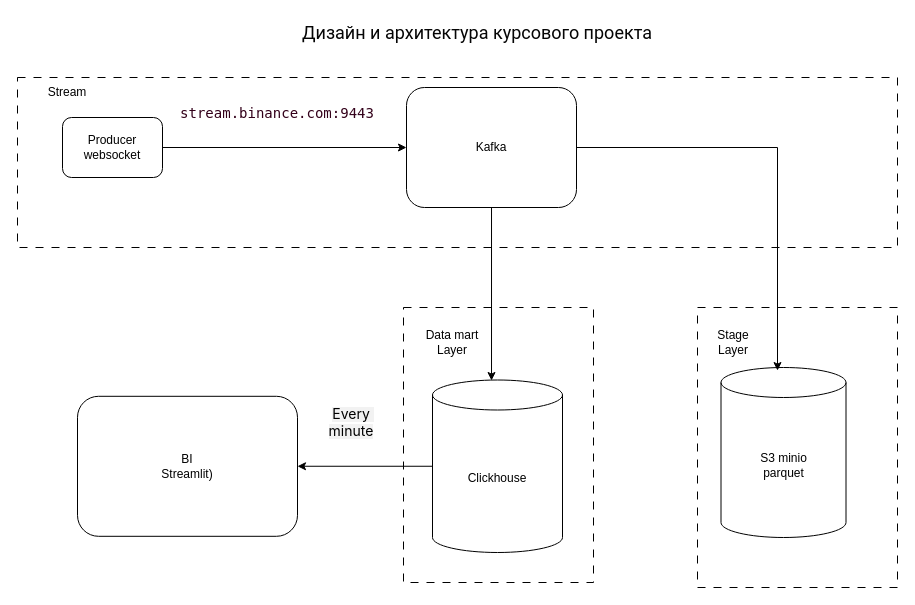
This is docs/arhitecture.drawio from netart-studio/otus_de_project, a draw.io file, before an edit. Source tidied: cells renumbered, new cells numbered last; positions are measured from the earlier drawing's top-left corner, leaving out a move shared by most shapes. Both pictures are drawn from the tidied source at 100%, with x=0, y=0 at pixel (17, 17).
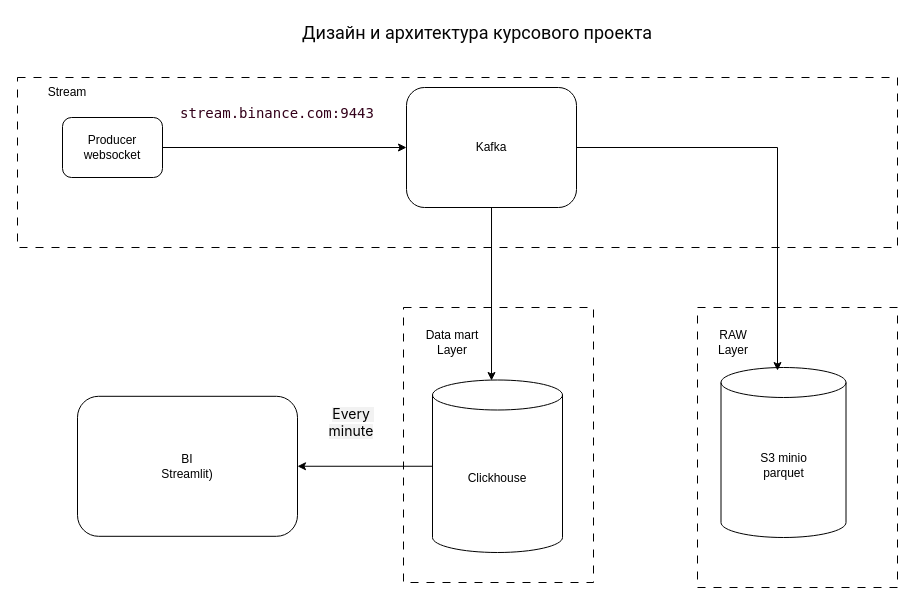
After the change.

The edit, as a diff of the source:
```diff
@@
 <mxGraphModel>
   <root>
     <mxCell id="0" />
     <mxCell id="1" parent="0" />
     <mxCell id="2" style="rounded=0;whiteSpace=wrap;html=1;dashed=1;dashPattern=8 8;" parent="1" vertex="1">
       <mxGeometry x="386" y="290" width="190" height="275" as="geometry" />
     </mxCell>
     <mxCell id="3" style="rounded=0;whiteSpace=wrap;html=1;dashed=1;dashPattern=8 8;" parent="1" vertex="1">
       <mxGeometry y="60" width="880" height="170" as="geometry" />
     </mxCell>
     <mxCell id="4" style="rounded=0;whiteSpace=wrap;html=1;dashed=1;dashPattern=8 8;" parent="1" vertex="1">
       <mxGeometry x="680" y="290" width="200" height="280" as="geometry" />
     </mxCell>
     <mxCell id="5" value="S3 minio&lt;div&gt;parquet&lt;/div&gt;" style="shape=cylinder3;whiteSpace=wrap;html=1;boundedLbl=1;backgroundOutline=1;size=15;" parent="1" vertex="1">
       <mxGeometry x="703.5" y="350" width="125" height="170" as="geometry" />
     </mxCell>
     <mxCell id="6" style="edgeStyle=orthogonalEdgeStyle;rounded=0;jettySize=auto;html=1;entryX=0;entryY=0.5;entryDx=0;entryDy=0;" parent="1" edge="1" source="7" target="13">
       <mxGeometry relative="1" as="geometry" />
     </mxCell>
     <mxCell id="7" value="Producer&lt;div&gt;websocket&lt;/div&gt;" style="rounded=1;whiteSpace=wrap;html=1;" parent="1" vertex="1">
       <mxGeometry x="45" y="100" width="100" height="60" as="geometry" />
     </mxCell>
     <mxCell id="8" style="edgeStyle=orthogonalEdgeStyle;rounded=0;jettySize=auto;html=1;exitX=0;exitY=0.5;exitDx=0;exitDy=0;exitPerimeter=0;" parent="1" edge="1" source="9" target="18">
       <mxGeometry relative="1" as="geometry" />
     </mxCell>
     <mxCell id="9" value="Clickhouse" style="shape=cylinder3;whiteSpace=wrap;html=1;boundedLbl=1;backgroundOutline=1;size=15;" parent="1" vertex="1">
       <mxGeometry x="415" y="362.5" width="130" height="172.5" as="geometry" />
     </mxCell>
     <mxCell id="10" value="&lt;span style=&quot;color: rgb(5, 5, 5); font-family: Roboto, sans-serif; font-size: 18px; text-align: start;&quot;&gt;Дизайн и архитектура курсового проекта&lt;/span&gt;" style="text;html=1;align=center;verticalAlign=middle;whiteSpace=wrap;rounded=0;" parent="1" vertex="1">
       <mxGeometry x="230" width="460" height="30" as="geometry" />
     </mxCell>
-    <mxCell id="11" value="Stage Layer" style="text;html=1;align=center;verticalAlign=middle;whiteSpace=wrap;rounded=0;" parent="1" vertex="1">
+    <mxCell id="11" value="RAW Layer" style="text;html=1;align=center;verticalAlign=middle;whiteSpace=wrap;rounded=0;" parent="1" vertex="1">
       <mxGeometry x="686" y="310" width="60" height="30" as="geometry" />
     </mxCell>
     <mxCell id="12" value="Stream" style="text;html=1;align=center;verticalAlign=middle;whiteSpace=wrap;rounded=0;" parent="1" vertex="1">
       <mxGeometry x="20" y="60" width="60" height="30" as="geometry" />
     </mxCell>
     <mxCell id="13" value="Kafka" style="rounded=1;whiteSpace=wrap;html=1;" parent="1" vertex="1">
       <mxGeometry x="389" y="70" width="170" height="120" as="geometry" />
     </mxCell>
     <mxCell id="14" value="Data mart Layer" style="text;html=1;align=center;verticalAlign=middle;whiteSpace=wrap;rounded=0;" parent="1" vertex="1">
       <mxGeometry x="400" y="310" width="70" height="30" as="geometry" />
     </mxCell>
     <mxCell id="15" value="&lt;div style=&quot;font-family: &amp;quot;Droid Sans Mono&amp;quot;, &amp;quot;monospace&amp;quot;, monospace; font-size: 14px; line-height: 19px; white-space: pre;&quot;&gt;&lt;span style=&quot;&quot;&gt;stream.binance.com:9443&lt;/span&gt;&lt;/div&gt;&lt;div style=&quot;font-family: &amp;quot;Droid Sans Mono&amp;quot;, &amp;quot;monospace&amp;quot;, monospace; font-size: 14px; line-height: 19px; white-space: pre;&quot;&gt;&lt;span style=&quot;&quot;&gt;&lt;br&gt;&lt;/span&gt;&lt;/div&gt;" style="text;html=1;align=center;verticalAlign=middle;whiteSpace=wrap;rounded=0;fontColor=#33001A;" parent="1" vertex="1">
       <mxGeometry x="230" y="90" width="60" height="30" as="geometry" />
     </mxCell>
     <mxCell id="16" value="&lt;span style=&quot;font-family: &amp;quot;YS Text&amp;quot;, -apple-system, BlinkMacSystemFont, Arial, Helvetica, &amp;quot;Arial Unicode MS&amp;quot;, sans-serif; text-align: start; white-space-collapse: preserve; background-color: rgba(0, 0, 0, 0.05);&quot;&gt;&lt;font style=&quot;font-size: 14px;&quot;&gt;Every minute&lt;/font&gt;&lt;/span&gt;" style="text;html=1;align=center;verticalAlign=middle;whiteSpace=wrap;rounded=0;" parent="1" vertex="1">
       <mxGeometry x="304" y="390" width="60" height="30" as="geometry" />
     </mxCell>
     <mxCell id="17" style="edgeStyle=orthogonalEdgeStyle;rounded=0;jettySize=auto;html=1;entryX=0.452;entryY=0.018;entryDx=0;entryDy=0;entryPerimeter=0;" parent="1" edge="1" source="13" target="5">
       <mxGeometry relative="1" as="geometry" />
     </mxCell>
     <mxCell id="18" value="BI&lt;div&gt;&lt;span style=&quot;background-color: transparent; color: light-dark(rgb(0, 0, 0), rgb(255, 255, 255));&quot;&gt;Streamlit)&lt;/span&gt;&lt;/div&gt;" style="rounded=1;whiteSpace=wrap;html=1;" parent="1" vertex="1">
       <mxGeometry x="60" y="378.8" width="220" height="140" as="geometry" />
     </mxCell>
     <mxCell id="19" style="edgeStyle=orthogonalEdgeStyle;rounded=0;jettySize=auto;html=1;entryX=0.454;entryY=0.003;entryDx=0;entryDy=0;entryPerimeter=0;" parent="1" edge="1" source="13" target="9">
       <mxGeometry relative="1" as="geometry" />
     </mxCell>
   </root>
 </mxGraphModel>
```
